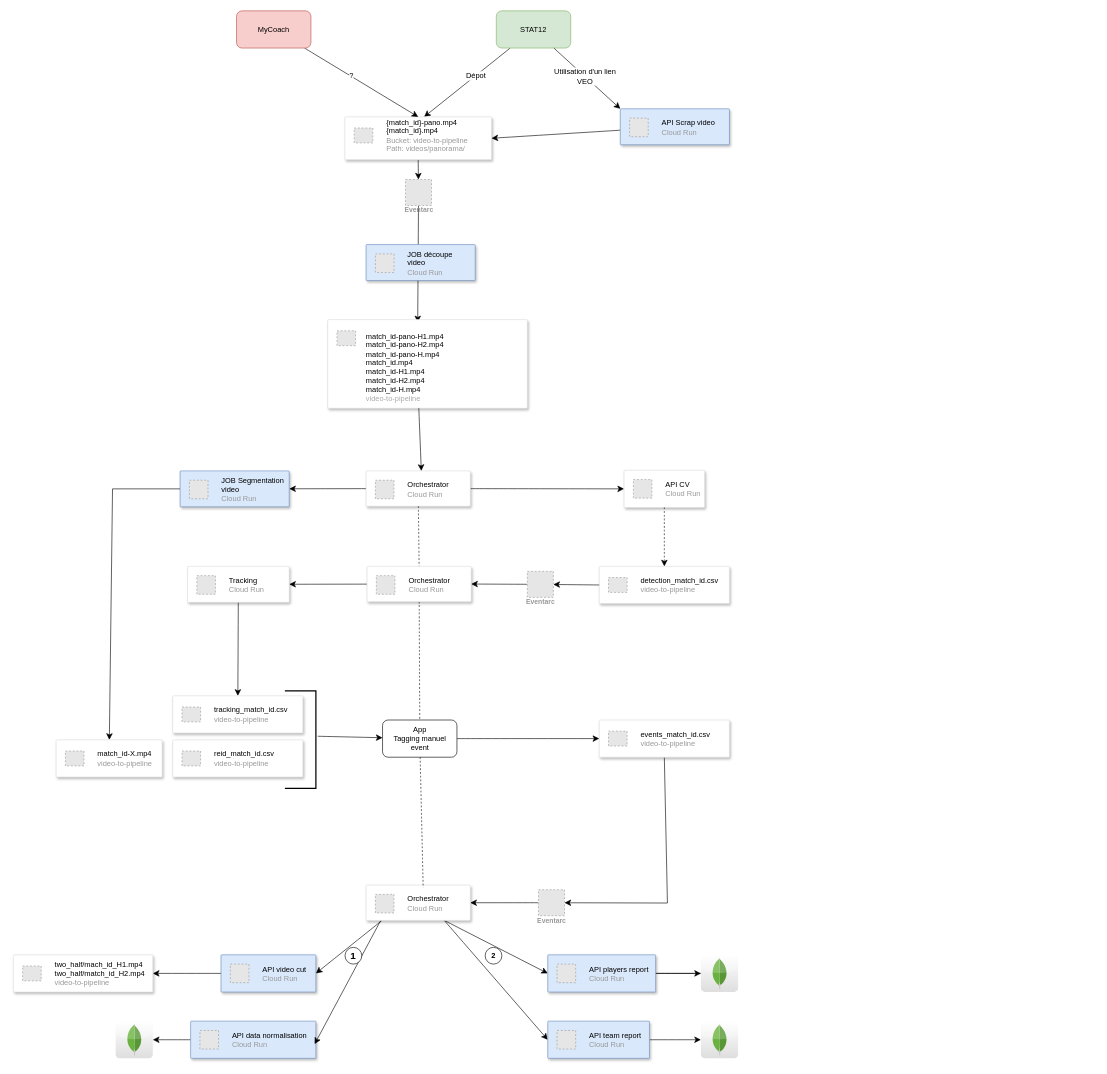
Earlier version of the draw.io diagram page "Full DS" (1 of 4) of Untitled Diagram.drawio (clairesecehDS/logo). Source tidied: cells renumbered, new cells numbered last; positions are measured from the earlier drawing's top-left corner, leaving out a move shared by most shapes. Both pictures are drawn from the tidied source at 62%, with x=0, y=0 at pixel (13, 11). Pictures stored in the file or linked from it are replaced by grey dashed boxes.
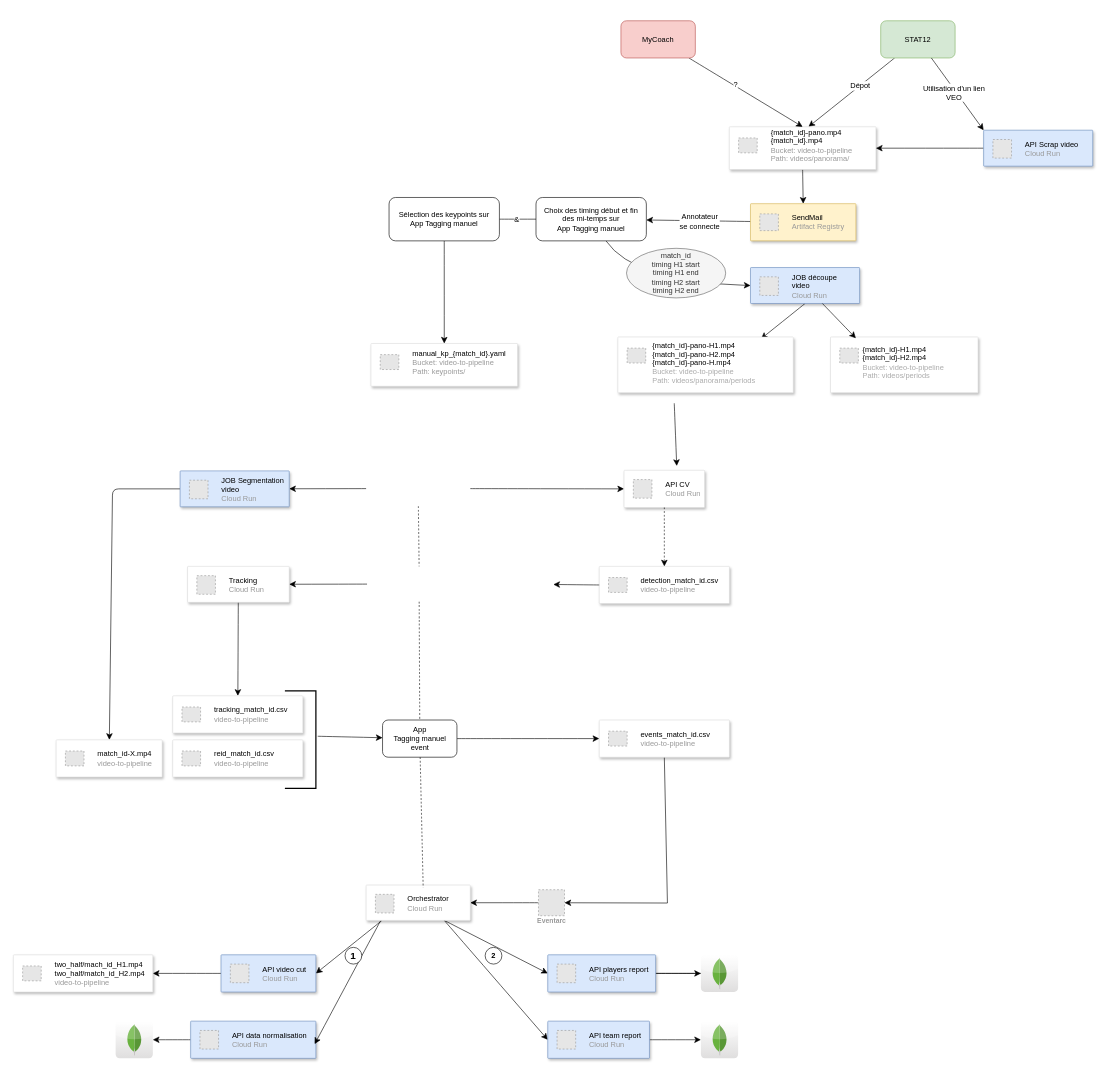
Above is the later version.

Unchanged cells that the change refers to:
```xml
<mxCell id="47" style="strokeColor=#dddddd;shadow=1;strokeWidth=1;rounded=1;absoluteArcSize=1;arcSize=2;" parent="1" vertex="1">
  <mxGeometry x="281" y="896" width="164" height="58" as="geometry" />
</mxCell>
<mxCell id="50" value="&lt;div&gt;App&lt;br&gt;&lt;/div&gt;&lt;div&gt;Tagging manuel&lt;/div&gt;&lt;div&gt;event&lt;br&gt;&lt;/div&gt;" style="rounded=1;whiteSpace=wrap;html=1;" parent="1" vertex="1">
  <mxGeometry x="595.5" y="1143.8" width="120" height="60" as="geometry" />
</mxCell>
<mxCell id="60" style="strokeColor=#6c8ebf;shadow=1;strokeWidth=1;rounded=1;absoluteArcSize=1;arcSize=2;fillColor=#dae8fc;" parent="1" vertex="1">
  <mxGeometry x="269" y="742" width="176" height="58" as="geometry" />
</mxCell>
<mxCell id="62" style="strokeColor=#dddddd;shadow=1;strokeWidth=1;rounded=1;absoluteArcSize=1;arcSize=2;" parent="1" vertex="1">
  <mxGeometry x="69" y="1175.8" width="171" height="60" as="geometry" />
</mxCell>
<mxCell id="64" style="strokeColor=#dddddd;shadow=1;strokeWidth=1;rounded=1;absoluteArcSize=1;arcSize=2;" parent="1" vertex="1">
  <mxGeometry x="985" y="741" width="130" height="60" as="geometry" />
</mxCell>
<mxCell id="67" style="strokeColor=#dddddd;shadow=1;strokeWidth=1;rounded=1;absoluteArcSize=1;arcSize=2;" parent="1" vertex="1">
  <mxGeometry x="945" y="896" width="210" height="60" as="geometry" />
</mxCell>
```

What changed in the source:
```diff
@@
     <mxCell id="4" value="STAT12" style="rounded=1;whiteSpace=wrap;html=1;fillColor=#d5e8d4;strokeColor=#82b366;" parent="1" vertex="1">
-      <mxGeometry x="779" width="120" height="60" as="geometry" />
+      <mxGeometry x="1399" y="16" width="120" height="60" as="geometry" />
     </mxCell>
-    <mxCell id="5" style="edgeStyle=none;curved=1;rounded=0;jettySize=auto;html=1;fontSize=12;startSize=8;endSize=8;exitX=0.5;exitY=1;exitDx=0;exitDy=0;" parent="1" edge="1" source="6" target="9">
+    <mxCell id="5" style="edgeStyle=none;curved=1;rounded=0;jettySize=auto;html=1;fontSize=12;startSize=8;endSize=8;exitX=0.5;exitY=1;exitDx=0;exitDy=0;entryX=0.5;entryY=0;entryDx=0;entryDy=0;" parent="1" edge="1" source="6" target="92">
       <mxGeometry relative="1" as="geometry" />
     </mxCell>
     <mxCell id="6" style="strokeColor=#dddddd;shadow=1;strokeWidth=1;rounded=1;absoluteArcSize=1;arcSize=2;" parent="1" vertex="1">
-      <mxGeometry x="534.8" y="171" width="236.5" height="69" as="geometry" />
+      <mxGeometry x="1154.8" y="187" width="236.5" height="69" as="geometry" />
     </mxCell>
@@
-    <mxCell id="8" style="edgeStyle=none;curved=1;rounded=0;jettySize=auto;html=1;fontSize=12;startSize=8;endSize=8;entryX=0.451;entryY=0.03;entryDx=0;entryDy=0;exitX=0.5;exitY=1;exitDx=0;exitDy=0;entryPerimeter=0;" parent="1" edge="1" source="9" target="82">
-      <mxGeometry relative="1" as="geometry" />
-    </mxCell>
-    <mxCell id="9" value="Eventarc" style="fillColor=#E6E6E6;strokeColor=#999999;dashed=1;html=1;verticalAlign=top;labelPosition=center;verticalLabelPosition=bottom;align=center;spacingTop=-6;fontSize=11;fontStyle=1;fontColor=#999999;" parent="1" vertex="1">
-      <mxGeometry x="632.5" y="272" width="42" height="42" as="geometry" />
-    </mxCell>
@@
-    <mxCell id="39" style="edgeStyle=none;curved=1;rounded=0;jettySize=auto;html=1;entryX=0;entryY=0.5;entryDx=0;entryDy=0;fontSize=12;startSize=8;endSize=8;" parent="1" edge="1" source="41" target="64">
-      <mxGeometry relative="1" as="geometry" />
+    <mxCell id="39" style="edgeStyle=none;curved=1;rounded=0;jettySize=auto;html=1;entryX=0;entryY=0.5;entryDx=0;entryDy=0;fontSize=12;startSize=8;endSize=8;" parent="1" edge="1" target="64">
+      <mxGeometry relative="1" as="geometry">
+        <mxPoint x="737" y="770.6" as="sourcePoint" />
+      </mxGeometry>
     </mxCell>
-    <mxCell id="40" style="edgeStyle=none;curved=1;rounded=0;jettySize=auto;html=1;fontSize=12;startSize=8;endSize=8;" parent="1" edge="1" source="41" target="60">
-      <mxGeometry relative="1" as="geometry" />
+    <mxCell id="40" style="edgeStyle=none;curved=1;rounded=0;jettySize=auto;html=1;fontSize=12;startSize=8;endSize=8;" parent="1" edge="1" target="60">
+      <mxGeometry relative="1" as="geometry">
+        <mxPoint x="569" y="770.6" as="sourcePoint" />
+      </mxGeometry>
     </mxCell>
-    <mxCell id="41" style="strokeColor=#dddddd;shadow=1;strokeWidth=1;rounded=1;absoluteArcSize=1;arcSize=2;" parent="1" vertex="1">
-      <mxGeometry x="569" y="742" width="168" height="57" as="geometry" />
-    </mxCell>
-    <mxCell id="42" value="&lt;font color=&quot;#000000&quot;&gt;Orchestrator&lt;/font&gt;&lt;br&gt;Cloud Run" style="fillColor=#E6E6E6;strokeColor=#999999;dashed=1;html=1;fontColor=#999999;verticalLabelPosition=middle;verticalAlign=middle;labelPosition=right;align=left;spacingLeft=20;" parent="41" vertex="1">
-      <mxGeometry width="30" height="30" relative="1" as="geometry">
-        <mxPoint x="15" y="15" as="offset" />
-      </mxGeometry>
-    </mxCell>
@@
-    <mxCell id="45" style="edgeStyle=none;curved=1;rounded=0;jettySize=auto;html=1;fontSize=12;startSize=8;endSize=8;dashed=1;endArrow=none;startFill=0;entryX=0.5;entryY=0;entryDx=0;entryDy=0;" parent="1" edge="1" source="71" target="50">
-      <mxGeometry relative="1" as="geometry" />
+    <mxCell id="45" style="edgeStyle=none;curved=1;rounded=0;jettySize=auto;html=1;fontSize=12;startSize=8;endSize=8;dashed=1;endArrow=none;startFill=0;entryX=0.5;entryY=0;entryDx=0;entryDy=0;" parent="1" edge="1" target="50">
+      <mxGeometry relative="1" as="geometry">
+        <mxPoint x="654.6" y="953" as="sourcePoint" />
+      </mxGeometry>
     </mxCell>
@@
     <mxCell id="57" style="strokeColor=#6c8ebf;shadow=1;strokeWidth=1;rounded=1;absoluteArcSize=1;arcSize=2;fillColor=#dae8fc;" parent="1" vertex="1">
-      <mxGeometry x="979" y="158" width="176" height="58" as="geometry" />
+      <mxGeometry x="1565" y="192.5" width="176" height="58" as="geometry" />
     </mxCell>
@@
-    <mxCell id="59" style="edgeStyle=none;curved=0;rounded=0;jettySize=auto;html=1;fontSize=12;startSize=8;endSize=8;exitX=0;exitY=0.5;exitDx=0;exitDy=0;" parent="1" edge="1" source="60" target="62">
+    <mxCell id="59" style="edgeStyle=none;curved=0;rounded=1;jettySize=auto;html=1;fontSize=12;startSize=8;endSize=8;exitX=0;exitY=0.5;exitDx=0;exitDy=0;" parent="1" edge="1" source="60" target="62">
       <mxGeometry relative="1" as="geometry">
         <Array as="points">
           <mxPoint x="160" y="771" />
         </Array>
       </mxGeometry>
     </mxCell>
@@
-    <mxCell id="69" style="edgeStyle=none;curved=1;rounded=0;jettySize=auto;html=1;entryX=0.5;entryY=0;entryDx=0;entryDy=0;fontSize=12;startSize=8;endSize=8;dashed=1;endArrow=none;startFill=0;" parent="1" edge="1" source="41" target="71">
-      <mxGeometry relative="1" as="geometry" />
+    <mxCell id="69" style="edgeStyle=none;curved=1;rounded=0;orthogonalLoop=1;jettySize=auto;html=1;entryX=0.5;entryY=0;entryDx=0;entryDy=0;fontSize=12;startSize=8;endSize=8;dashed=1;endArrow=none;startFill=0;" parent="1" edge="1">
+      <mxGeometry relative="1" as="geometry">
+        <mxPoint x="653.3" y="799" as="sourcePoint" />
+        <mxPoint x="654.5" y="896" as="targetPoint" />
+      </mxGeometry>
     </mxCell>
-    <mxCell id="70" style="edgeStyle=none;curved=1;rounded=0;jettySize=auto;html=1;fontSize=12;startSize=8;endSize=8;" parent="1" edge="1" source="71" target="47">
-      <mxGeometry relative="1" as="geometry" />
+    <mxCell id="70" style="edgeStyle=none;curved=1;rounded=0;jettySize=auto;html=1;fontSize=12;startSize=8;endSize=8;" parent="1" edge="1" target="47">
+      <mxGeometry relative="1" as="geometry">
+        <mxPoint x="570.5" y="924.6" as="sourcePoint" />
+      </mxGeometry>
     </mxCell>
-    <mxCell id="71" style="strokeColor=#dddddd;shadow=1;strokeWidth=1;rounded=1;absoluteArcSize=1;arcSize=2;" parent="1" vertex="1">
-      <mxGeometry x="570.5" y="896" width="168" height="57" as="geometry" />
-    </mxCell>
-    <mxCell id="72" value="&lt;font color=&quot;#000000&quot;&gt;Orchestrator&lt;/font&gt;&lt;br&gt;Cloud Run" style="fillColor=#E6E6E6;strokeColor=#999999;dashed=1;html=1;fontColor=#999999;verticalLabelPosition=middle;verticalAlign=middle;labelPosition=right;align=left;spacingLeft=20;" parent="71" vertex="1">
-      <mxGeometry width="30" height="30" relative="1" as="geometry">
-        <mxPoint x="15" y="15" as="offset" />
-      </mxGeometry>
-    </mxCell>
-    <mxCell id="73" style="edgeStyle=none;curved=1;rounded=0;jettySize=auto;html=1;fontSize=12;startSize=8;endSize=8;exitX=0;exitY=0.5;exitDx=0;exitDy=0;" parent="1" edge="1" source="67" target="75">
-      <mxGeometry relative="1" as="geometry" />
+    <mxCell id="73" style="edgeStyle=none;curved=1;rounded=0;jettySize=auto;html=1;fontSize=12;startSize=8;endSize=8;exitX=0;exitY=0.5;exitDx=0;exitDy=0;" parent="1" edge="1" source="67">
+      <mxGeometry relative="1" as="geometry">
+        <mxPoint x="871" y="925.2" as="targetPoint" />
+      </mxGeometry>
     </mxCell>
-    <mxCell id="74" style="edgeStyle=none;curved=1;rounded=0;jettySize=auto;html=1;fontSize=12;startSize=8;endSize=8;entryX=1;entryY=0.5;entryDx=0;entryDy=0;" parent="1" edge="1" source="75" target="71">
-      <mxGeometry relative="1" as="geometry" />
-    </mxCell>
-    <mxCell id="75" value="Eventarc" style="fillColor=#E6E6E6;strokeColor=#999999;dashed=1;html=1;verticalAlign=top;labelPosition=center;verticalLabelPosition=bottom;align=center;spacingTop=-6;fontSize=11;fontStyle=1;fontColor=#999999;" parent="1" vertex="1">
-      <mxGeometry x="829" y="904" width="42" height="42" as="geometry" />
-    </mxCell>
@@
+    <mxCell id="89" style="edgeStyle=none;curved=1;rounded=0;jettySize=auto;html=1;fontSize=12;startSize=8;endSize=8;exitX=0.5;exitY=1;exitDx=0;exitDy=0;entryX=0.816;entryY=0.033;entryDx=0;entryDy=0;entryPerimeter=0;" parent="1" edge="1" source="80" target="82">
+      <mxGeometry relative="1" as="geometry" />
+    </mxCell>
     <mxCell id="80" style="strokeColor=#6c8ebf;shadow=1;strokeWidth=1;rounded=1;absoluteArcSize=1;arcSize=2;fillColor=#dae8fc;" parent="1" vertex="1">
-      <mxGeometry x="569" y="377" width="176" height="58" as="geometry" />
+      <mxGeometry x="1189" y="414" width="176" height="58" as="geometry" />
     </mxCell>
@@
     <mxCell id="82" style="strokeColor=#dddddd;shadow=1;strokeWidth=1;rounded=1;absoluteArcSize=1;arcSize=2;" parent="1" vertex="1">
-      <mxGeometry x="507" y="498" width="322" height="143" as="geometry" />
+      <mxGeometry x="975" y="526" width="283" height="90" as="geometry" />
     </mxCell>
@@
-    <mxCell id="84" value="&lt;div align=&quot;left&quot;&gt;match_id-pano-H1.mp4&lt;br&gt;match_id-pano-H2.mp4&lt;br&gt;match_id-pano-H.mp4&lt;br&gt;match_id.mp4&lt;br&gt;match_id-H1.mp4&lt;br&gt;match_id-H2.mp4&lt;br&gt;match_id-H.mp4&lt;/div&gt;&lt;div align=&quot;left&quot;&gt;&lt;span style=&quot;color: light-dark(rgb(171, 171, 171), rgb(237, 237, 237));&quot;&gt;video-to-pipeline&lt;/span&gt;&lt;br&gt;&lt;/div&gt;" style="text;html=1;align=left;verticalAlign=middle;whiteSpace=wrap;rounded=0;" parent="82" vertex="1">
-      <mxGeometry x="60" y="65" width="262" height="24.9" as="geometry" />
+    <mxCell id="84" value="&lt;div align=&quot;left&quot;&gt;{match_id&lt;font color=&quot;#000000&quot;&gt;}&lt;/font&gt;-pano-H1.mp4&lt;br&gt;{match_id&lt;font color=&quot;#000000&quot;&gt;}&lt;/font&gt;-pano-H2.mp4&lt;br&gt;{match_id&lt;font color=&quot;#000000&quot;&gt;}&lt;/font&gt;-pano-H.mp4&lt;br&gt;&lt;/div&gt;&lt;div align=&quot;left&quot;&gt;&lt;span style=&quot;color: light-dark(rgb(171, 171, 171), rgb(237, 237, 237));&quot;&gt;Bucket: video-to-pipeline&lt;/span&gt;&lt;/div&gt;&lt;div align=&quot;left&quot;&gt;&lt;span style=&quot;color: light-dark(rgb(171, 171, 171), rgb(237, 237, 237));&quot;&gt;Path: videos/panorama/periods&lt;br&gt;&lt;/span&gt;&lt;/div&gt;" style="text;html=1;align=left;verticalAlign=middle;whiteSpace=wrap;rounded=0;" parent="82" vertex="1">
+      <mxGeometry x="54.1" y="34" width="234.7" height="15.7" as="geometry" />
     </mxCell>
-    <mxCell id="85" style="edgeStyle=none;curved=1;rounded=0;jettySize=auto;html=1;fontSize=12;startSize=8;endSize=8;exitX=0.5;exitY=1;exitDx=0;exitDy=0;entryX=0.53;entryY=0;entryDx=0;entryDy=0;entryPerimeter=0;" parent="1" edge="1" target="41">
+    <mxCell id="85" style="edgeStyle=none;curved=1;rounded=0;orthogonalLoop=1;jettySize=auto;html=1;fontSize=12;startSize=8;endSize=8;exitX=0.5;exitY=1;exitDx=0;exitDy=0;entryX=0.53;entryY=0;entryDx=0;entryDy=0;entryPerimeter=0;" parent="1" edge="1">
       <mxGeometry relative="1" as="geometry">
-        <mxPoint x="654" y="641" as="sourcePoint" />
+        <mxPoint x="1066" y="633" as="sourcePoint" />
+        <mxPoint x="1070" y="734" as="targetPoint" />
       </mxGeometry>
     </mxCell>
@@
     <mxCell id="88" value="MyCoach" style="rounded=1;whiteSpace=wrap;html=1;fillColor=#f8cecc;strokeColor=#b85450;" parent="1" vertex="1">
-      <mxGeometry x="360" width="120" height="60" as="geometry" />
+      <mxGeometry x="980" y="16" width="120" height="60" as="geometry" />
     </mxCell>
+    <mxCell id="90" style="edgeStyle=none;curved=1;rounded=0;jettySize=auto;html=1;fontSize=12;startSize=8;endSize=8;" parent="1" edge="1" source="92" target="95">
+      <mxGeometry relative="1" as="geometry" />
+    </mxCell>
+    <mxCell id="91" value="&lt;div&gt;Annotateur&lt;/div&gt;&lt;div&gt;se connecte&lt;br&gt;&lt;/div&gt;" style="edgeLabel;html=1;align=center;verticalAlign=middle;fontSize=12;" parent="90" vertex="1">
+      <mxGeometry x="-0.02" y="1" relative="1" as="geometry" />
+    </mxCell>
+    <mxCell id="92" style="fillColor=#fff2cc;strokeColor=#d6b656;shadow=1;strokeWidth=1;rounded=1;absoluteArcSize=1;arcSize=2;" parent="1" vertex="1">
+      <mxGeometry x="1189" y="311" width="170" height="60" as="geometry" />
+    </mxCell>
+    <mxCell id="93" value="&lt;font color=&quot;#000000&quot;&gt;SendMail&lt;/font&gt;&lt;br&gt;Artifact Registry" style="fillColor=#E6E6E6;strokeColor=#999999;dashed=1;html=1;fontColor=#999999;verticalLabelPosition=middle;verticalAlign=middle;labelPosition=right;align=left;spacingLeft=20;" parent="92" vertex="1">
+      <mxGeometry width="30" height="27" relative="1" as="geometry">
+        <mxPoint x="15" y="16.5" as="offset" />
+      </mxGeometry>
+    </mxCell>
+    <mxCell id="94" style="edgeStyle=none;curved=1;rounded=0;jettySize=auto;html=1;entryX=0;entryY=0.5;entryDx=0;entryDy=0;fontSize=12;startSize=8;endSize=8;" parent="1" edge="1" source="95" target="80">
+      <mxGeometry relative="1" as="geometry">
+        <Array as="points">
+          <mxPoint x="1001" y="437" />
+        </Array>
+      </mxGeometry>
+    </mxCell>
+    <mxCell id="95" value="&lt;div&gt;Choix des timing début et fin&lt;/div&gt;&lt;div&gt;des mi-temps sur&lt;/div&gt;&lt;div&gt;App Tagging manuel&lt;/div&gt;" style="rounded=1;whiteSpace=wrap;html=1;" parent="1" vertex="1">
+      <mxGeometry x="843" y="301" width="178" height="70" as="geometry" />
+    </mxCell>
+    <mxCell id="96" value="&lt;div&gt;match_id&lt;/div&gt;&lt;div&gt;timing H1 start&lt;/div&gt;&lt;div&gt;timing H1 end&lt;/div&gt;&lt;div&gt;&lt;div&gt;timing H2 start&lt;/div&gt;&lt;div&gt;timing H2 end&lt;/div&gt;&lt;/div&gt;" style="ellipse;whiteSpace=wrap;html=1;fillColor=#f5f5f5;fontColor=#333333;strokeColor=#666666;" parent="1" vertex="1">
+      <mxGeometry x="989" y="383" width="160" height="80" as="geometry" />
+    </mxCell>
+    <mxCell id="97" style="strokeColor=#dddddd;shadow=1;strokeWidth=1;rounded=1;absoluteArcSize=1;arcSize=2;" parent="1" vertex="1">
+      <mxGeometry x="1318" y="526" width="238" height="90" as="geometry" />
+    </mxCell>
+    <mxCell id="98" style="fillColor=#E6E6E6;strokeColor=#999999;dashed=1;html=1;fontColor=#999999;verticalLabelPosition=middle;verticalAlign=middle;labelPosition=right;align=left;spacingLeft=20;" parent="97" vertex="1">
+      <mxGeometry width="30" height="24" relative="1" as="geometry">
+        <mxPoint x="15" y="18" as="offset" />
+      </mxGeometry>
+    </mxCell>
+    <mxCell id="99" value="&lt;div align=&quot;left&quot;&gt;{match_id&lt;font color=&quot;#000000&quot;&gt;}&lt;/font&gt;-H1.mp4&lt;br&gt;{match_id&lt;font color=&quot;#000000&quot;&gt;}&lt;/font&gt;-H2.mp4&lt;br&gt;&lt;/div&gt;&lt;div align=&quot;left&quot;&gt;&lt;span style=&quot;color: light-dark(rgb(171, 171, 171), rgb(237, 237, 237));&quot;&gt;Bucket: video-to-pipeline&lt;/span&gt;&lt;/div&gt;&lt;div align=&quot;left&quot;&gt;&lt;span style=&quot;color: light-dark(rgb(171, 171, 171), rgb(237, 237, 237));&quot;&gt;Path: videos/periods&lt;br&gt;&lt;/span&gt;&lt;/div&gt;" style="text;html=1;align=left;verticalAlign=middle;whiteSpace=wrap;rounded=0;" parent="97" vertex="1">
+      <mxGeometry x="50.2" y="33" width="197.3" height="15.7" as="geometry" />
+    </mxCell>
+    <mxCell id="100" style="edgeStyle=none;curved=1;rounded=0;jettySize=auto;html=1;entryX=0.172;entryY=0.022;entryDx=0;entryDy=0;entryPerimeter=0;fontSize=12;startSize=8;endSize=8;" parent="1" edge="1" source="80" target="97">
+      <mxGeometry relative="1" as="geometry" />
+    </mxCell>
+    <mxCell id="101" style="edgeStyle=none;curved=1;rounded=0;jettySize=auto;html=1;fontSize=12;startSize=8;endSize=8;endArrow=none;endFill=0;" parent="1" edge="1" source="104" target="95">
+      <mxGeometry relative="1" as="geometry" />
+    </mxCell>
+    <mxCell id="102" value="&amp;amp;" style="edgeLabel;html=1;align=center;verticalAlign=middle;fontSize=12;" parent="101" vertex="1">
+      <mxGeometry x="-0.1" relative="1" as="geometry" />
+    </mxCell>
+    <mxCell id="103" style="edgeStyle=none;curved=1;rounded=0;jettySize=auto;html=1;entryX=0.5;entryY=0;entryDx=0;entryDy=0;fontSize=12;startSize=8;endSize=8;" parent="1" edge="1" source="104" target="105">
+      <mxGeometry relative="1" as="geometry" />
+    </mxCell>
+    <mxCell id="104" value="&lt;div&gt;Sélection des keypoints sur&lt;/div&gt;&lt;div&gt;App Tagging manuel&lt;/div&gt;" style="rounded=1;whiteSpace=wrap;html=1;" parent="1" vertex="1">
+      <mxGeometry x="606" y="301" width="178" height="70" as="geometry" />
+    </mxCell>
+    <mxCell id="105" style="strokeColor=#dddddd;shadow=1;strokeWidth=1;rounded=1;absoluteArcSize=1;arcSize=2;" parent="1" vertex="1">
+      <mxGeometry x="576.8" y="536.5" width="236.5" height="69" as="geometry" />
+    </mxCell>
+    <mxCell id="106" value="&lt;div&gt;&lt;font color=&quot;#000000&quot;&gt;manual_kp_{match_id}.yaml&lt;/font&gt;&lt;/div&gt;&lt;div&gt;Bucket: video-to-pipeline&lt;/div&gt;&lt;div&gt;Path: keypoints/&lt;br&gt;&lt;/div&gt;" style="fillColor=#E6E6E6;strokeColor=#999999;dashed=1;html=1;fontColor=#999999;verticalLabelPosition=middle;verticalAlign=middle;labelPosition=right;align=left;spacingLeft=20;" parent="105" vertex="1">
+      <mxGeometry width="30" height="24" relative="1" as="geometry">
+        <mxPoint x="15" y="18" as="offset" />
+      </mxGeometry>
+    </mxCell>
```
